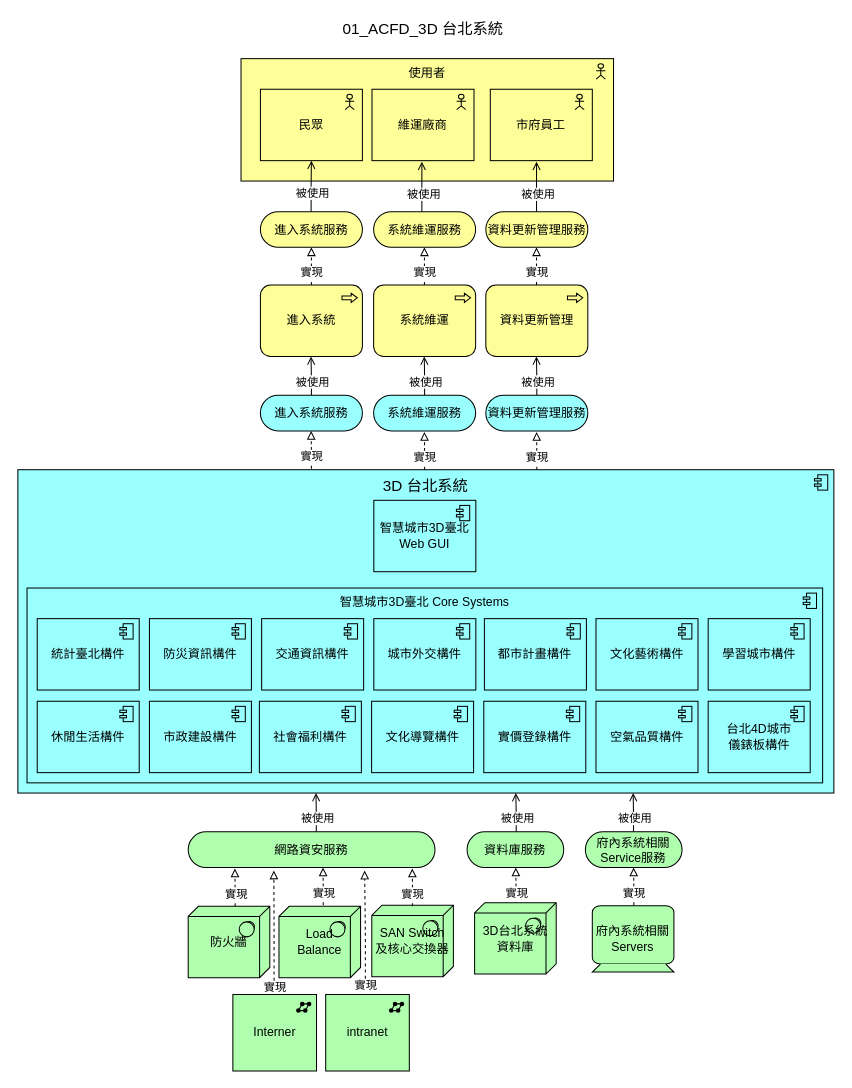
The draw.io diagram page "01_ACFD_3D 台北系統" (1 of 17) of 3D.drawio in cxr0801/EA, before the edit. Source tidied: cells renumbered, new cells numbered last; positions are measured from the earlier drawing's top-left corner, leaving out a move shared by most shapes. Both pictures are drawn from the tidied source at 102%, with x=0, y=0 at pixel (17, 17).
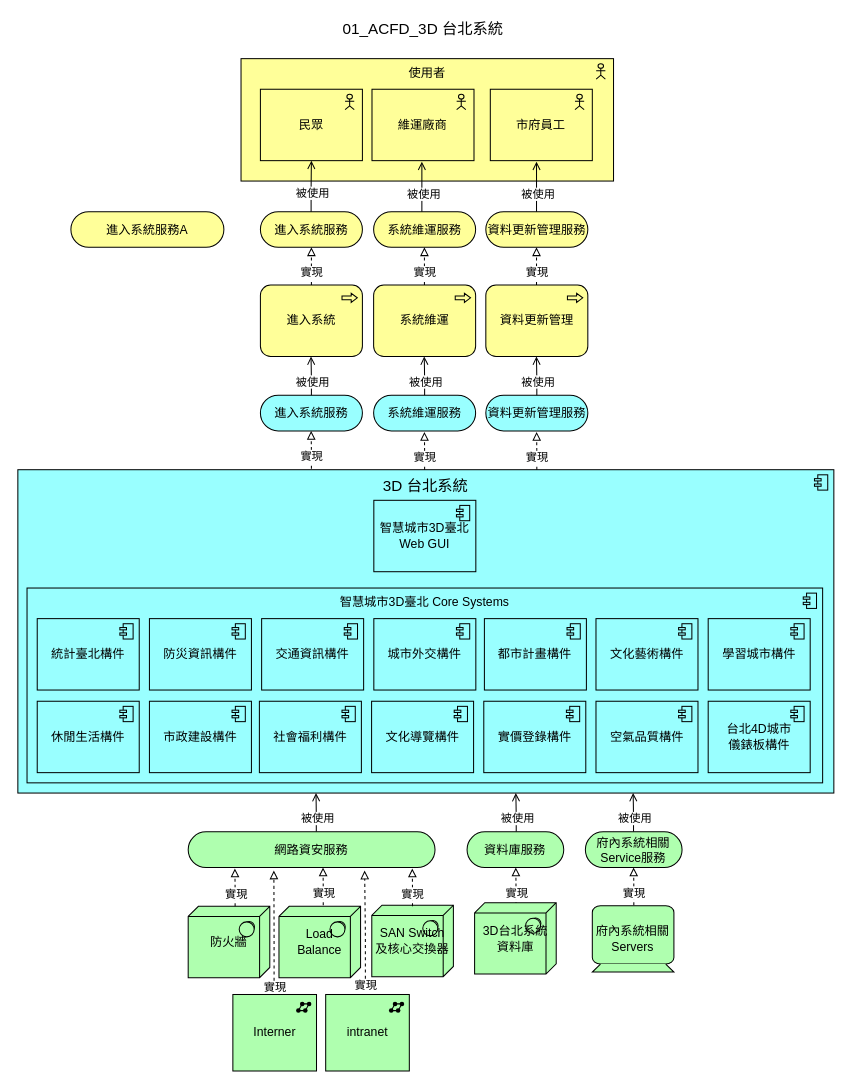
After the change.

Commit message:
3D.drawio_員工A_修改Archimate

The edit, as a diff of the source:
```diff
@@
+    <mxCell id="87" value="進入系統服務A" style="html=1;whiteSpace=wrap;fillColor=#ffff99;shape=mxgraph.archimate3.service;" parent="1" vertex="1">
+      <mxGeometry x="52" y="190" width="150" height="35" as="geometry" />
+    </mxCell>
```
